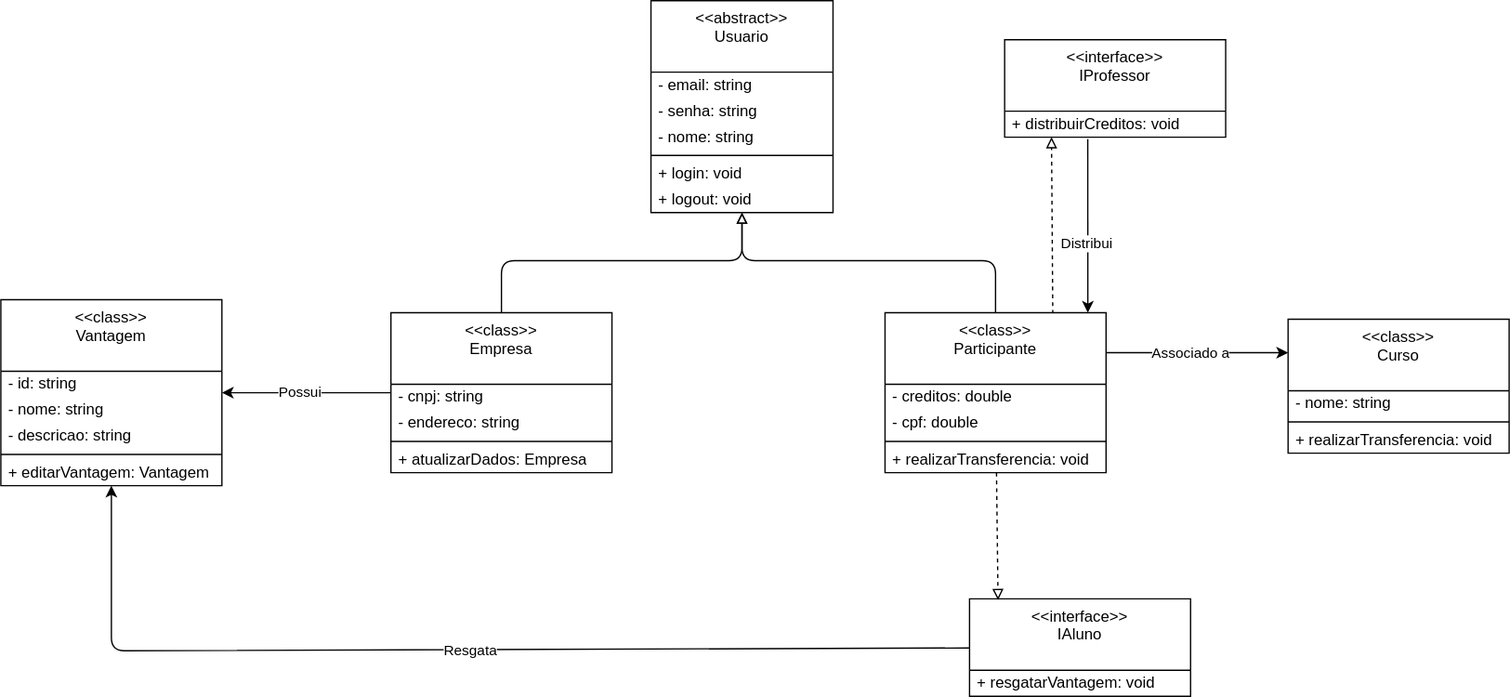
Above: projeto/DiagramaDeClasse.drawio.svg in marcosffp/Sistema-Merito-Digital (draw.io), before the change. Source tidied: cells renumbered, new cells last; positions are measured from the earlier drawing's top-left corner, leaving out a move shared by most shapes.
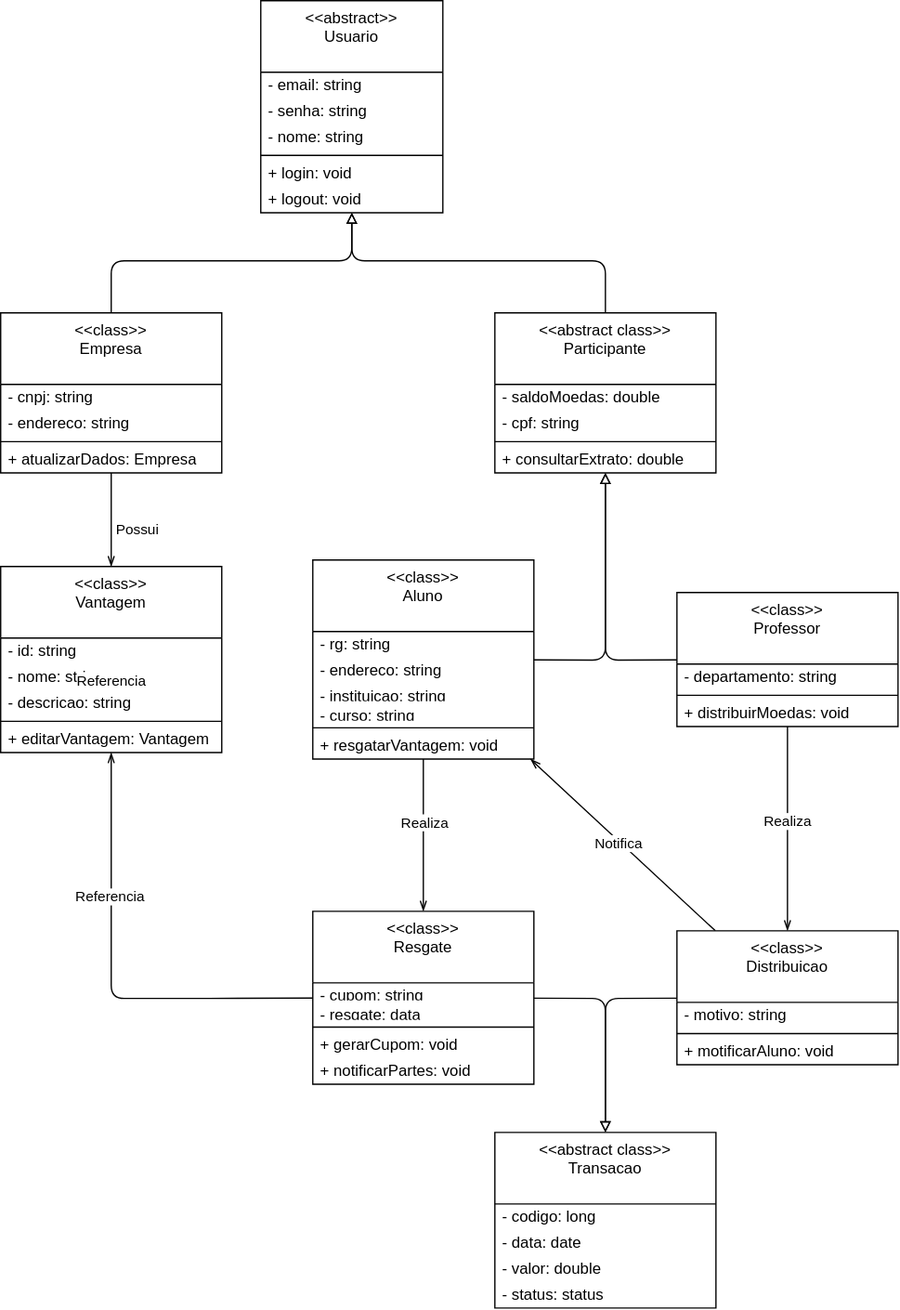
Later version of the same file.

Commit message:
Fixing Aluno and Professor relationship in Class Diagram

The edit, as a diff of the source:
```diff
@@ -23,7 +23,7 @@
     <mxCell id="8" value="+ logout: void" style="text;html=1;strokeColor=none;fillColor=none;align=left;verticalAlign=middle;spacingLeft=4;spacingRight=4;overflow=hidden;whiteSpace=wrap;" parent="2" vertex="1">
       <mxGeometry y="143" width="140" height="20" as="geometry" />
     </mxCell>
-    <mxCell id="9" style="edgeStyle=none;html=1;" parent="1" edge="1" source="12" target="17">
+    <mxCell id="9" style="edgeStyle=none;html=1;endArrow=openThin;endFill=0;" parent="1" edge="1" source="12" target="17">
       <mxGeometry relative="1" as="geometry" />
     </mxCell>
     <mxCell id="10" value="Possui" style="edgeLabel;html=1;align=center;verticalAlign=middle;" parent="9" vertex="1">
@@ -55,7 +55,7 @@
       <mxGeometry y="103" width="170" height="20" as="geometry" />
     </mxCell>
     <mxCell id="17" value="&amp;lt;&amp;lt;class&amp;gt;&amp;gt;&lt;div&gt;Vantagem&lt;/div&gt;" style="swimlane;fontStyle=0;align=center;verticalAlign=top;horizontal=1;startSize=55;html=1;whiteSpace=wrap;" parent="1" vertex="1">
-      <mxGeometry y="230" width="170" height="143" as="geometry" />
+      <mxGeometry x="300" y="435" width="170" height="143" as="geometry" />
     </mxCell>
     <mxCell id="18" value="- id: string" style="text;html=1;strokeColor=none;fillColor=none;align=left;verticalAlign=middle;spacingLeft=4;spacingRight=4;overflow=hidden;whiteSpace=wrap;" parent="17" vertex="1">
       <mxGeometry y="55" width="170" height="20" as="geometry" />
@@ -80,76 +80,162 @@
         </Array>
       </mxGeometry>
     </mxCell>
-    <mxCell id="24" style="edgeStyle=none;html=1;exitX=0.759;exitY=0.007;exitDx=0;exitDy=0;entryX=0.212;entryY=1;entryDx=0;entryDy=0;entryPerimeter=0;dashed=1;endArrow=block;endFill=0;exitPerimeter=0;" parent="1" edge="1" source="27" target="35">
-      <mxGeometry relative="1" as="geometry" />
-    </mxCell>
-    <mxCell id="25" style="edgeStyle=none;html=1;exitX=1;exitY=0.25;exitDx=0;exitDy=0;entryX=0;entryY=0.25;entryDx=0;entryDy=0;" parent="1" edge="1" source="27" target="36">
-      <mxGeometry relative="1" as="geometry" />
-    </mxCell>
-    <mxCell id="26" value="Associado a" style="edgeLabel;html=1;align=center;verticalAlign=middle;" parent="25" vertex="1">
-      <mxGeometry x="-0.07" y="-2" relative="1" as="geometry">
-        <mxPoint y="-2" as="offset" />
-      </mxGeometry>
-    </mxCell>
-    <mxCell id="27" value="&amp;lt;&amp;lt;class&amp;gt;&amp;gt;&lt;div&gt;Participante&lt;/div&gt;" style="swimlane;fontStyle=0;align=center;verticalAlign=top;horizontal=1;startSize=55;html=1;whiteSpace=wrap;" parent="1" vertex="1">
+    <mxCell id="27" value="&amp;lt;&amp;lt;abstract class&amp;gt;&amp;gt;&lt;div&gt;Participante&lt;/div&gt;" style="swimlane;fontStyle=0;align=center;verticalAlign=top;horizontal=1;startSize=55;html=1;whiteSpace=wrap;" parent="1" vertex="1">
       <mxGeometry x="680" y="240" width="170" height="123" as="geometry" />
     </mxCell>
-    <mxCell id="28" value="- creditos: double" style="text;html=1;strokeColor=none;fillColor=none;align=left;verticalAlign=middle;spacingLeft=4;spacingRight=4;overflow=hidden;whiteSpace=wrap;" parent="27" vertex="1">
+    <mxCell id="28" value="- saldoMoedas: double" style="text;html=1;strokeColor=none;fillColor=none;align=left;verticalAlign=middle;spacingLeft=4;spacingRight=4;overflow=hidden;whiteSpace=wrap;" parent="27" vertex="1">
       <mxGeometry y="55" width="170" height="20" as="geometry" />
     </mxCell>
-    <mxCell id="29" value="- cpf: double" style="text;html=1;strokeColor=none;fillColor=none;align=left;verticalAlign=middle;spacingLeft=4;spacingRight=4;overflow=hidden;whiteSpace=wrap;" parent="27" vertex="1">
+    <mxCell id="29" value="- cpf: string" style="text;html=1;strokeColor=none;fillColor=none;align=left;verticalAlign=middle;spacingLeft=4;spacingRight=4;overflow=hidden;whiteSpace=wrap;" parent="27" vertex="1">
       <mxGeometry y="75" width="170" height="20" as="geometry" />
     </mxCell>
     <mxCell id="30" style="line;strokeWidth=1;fillColor=none;align=left;verticalAlign=middle;spacingTop=-1;spacingLeft=3;spacingRight=3;labelPosition=right;" parent="27" vertex="1">
       <mxGeometry y="95" width="170" height="8" as="geometry" />
     </mxCell>
-    <mxCell id="31" value="+ realizarTransferencia: void" style="text;html=1;strokeColor=none;fillColor=none;align=left;verticalAlign=middle;spacingLeft=4;spacingRight=4;overflow=hidden;whiteSpace=wrap;" parent="27" vertex="1">
-      <mxGeometry y="103" width="170" height="20" as="geometry" />
-    </mxCell>
-    <mxCell id="32" style="edgeStyle=none;html=1;entryX=1;entryY=0;entryDx=0;entryDy=0;exitX=0.376;exitY=1.076;exitDx=0;exitDy=0;exitPerimeter=0;" parent="1" edge="1" source="35">
-      <mxGeometry relative="1" as="geometry">
-        <mxPoint x="836" y="240" as="targetPoint" />
-      </mxGeometry>
-    </mxCell>
-    <mxCell id="33" value="Distribui" style="edgeLabel;html=1;align=center;verticalAlign=middle;" parent="32" vertex="1">
-      <mxGeometry x="0.2" y="-1" relative="1" as="geometry" />
-    </mxCell>
-    <mxCell id="34" value="&amp;lt;&amp;lt;interface&amp;gt;&amp;gt;&lt;div&gt;IProfessor&lt;/div&gt;" style="swimlane;fontStyle=0;align=center;verticalAlign=top;horizontal=1;startSize=55;html=1;whiteSpace=wrap;" parent="1" vertex="1">
-      <mxGeometry x="772" y="30" width="170" height="75" as="geometry" />
-    </mxCell>
-    <mxCell id="35" value="+ distribuirCreditos: void" style="text;html=1;strokeColor=none;fillColor=none;align=left;verticalAlign=middle;spacingLeft=4;spacingRight=4;overflow=hidden;points=[[0,0.5],[1,0.5]];portConstraint=eastwest;whiteSpace=wrap;" parent="34" vertex="1">
-      <mxGeometry y="55" width="170" height="20" as="geometry" />
-    </mxCell>
-    <mxCell id="36" value="&amp;lt;&amp;lt;class&amp;gt;&amp;gt;&lt;div&gt;Curso&lt;/div&gt;" style="swimlane;fontStyle=0;align=center;verticalAlign=top;horizontal=1;startSize=55;html=1;whiteSpace=wrap;" parent="1" vertex="1">
-      <mxGeometry x="990" y="245" width="170" height="103" as="geometry" />
-    </mxCell>
-    <mxCell id="37" value="- nome: string" style="text;html=1;strokeColor=none;fillColor=none;align=left;verticalAlign=middle;spacingLeft=4;spacingRight=4;overflow=hidden;whiteSpace=wrap;" parent="36" vertex="1">
-      <mxGeometry y="55" width="170" height="20" as="geometry" />
-    </mxCell>
-    <mxCell id="38" style="line;strokeWidth=1;fillColor=none;align=left;verticalAlign=middle;spacingTop=-1;spacingLeft=3;spacingRight=3;labelPosition=right;" parent="36" vertex="1">
-      <mxGeometry y="75" width="170" height="8" as="geometry" />
-    </mxCell>
-    <mxCell id="39" value="+ realizarTransferencia: void" style="text;html=1;strokeColor=none;fillColor=none;align=left;verticalAlign=middle;spacingLeft=4;spacingRight=4;overflow=hidden;whiteSpace=wrap;" parent="36" vertex="1">
-      <mxGeometry y="83" width="170" height="20" as="geometry" />
-    </mxCell>
-    <mxCell id="40" style="edgeStyle=none;html=1;" parent="1" edge="1" source="42" target="17">
-      <mxGeometry relative="1" as="geometry">
-        <Array as="points">
-          <mxPoint x="85" y="500" />
-        </Array>
-      </mxGeometry>
-    </mxCell>
+    <mxCell id="45" value="+ consultarExtrato: double" style="text;html=1;strokeColor=none;fillColor=none;align=left;verticalAlign=middle;spacingLeft=4;spacingRight=4;overflow=hidden;whiteSpace=wrap;" parent="27" vertex="1">
+      <mxGeometry y="103" width="170" height="20" as="geometry" />
+    </mxCell>
+    <mxCell id="46" style="edgeStyle=none;html=1;endArrow=block;endFill=0;" parent="1" edge="1" source="41" target="27">
+      <mxGeometry relative="1" as="geometry">
+        <Array as="points">
+          <mxPoint x="765" y="507" />
+        </Array>
+      </mxGeometry>
+    </mxCell>
+    <mxCell id="47" style="edgeStyle=none;html=1;endArrow=openThin;endFill=0;" parent="1" edge="1" source="41" target="74">
+      <mxGeometry relative="1" as="geometry" />
+    </mxCell>
+    <mxCell id="48" value="Realiza" style="edgeLabel;html=1;align=center;verticalAlign=middle;" parent="47" vertex="1">
+      <mxGeometry x="-0.16" y="1" relative="1" as="geometry" />
+    </mxCell>
-    <mxCell id="41" value="Resgata" style="edgeLabel;html=1;align=center;verticalAlign=middle;points=[];" parent="40" vertex="1">
-      <mxGeometry x="-0.02" y="1" relative="1" as="geometry" />
+    <mxCell id="41" value="&amp;lt;&amp;lt;class&amp;gt;&amp;gt;&lt;div&gt;Aluno&lt;/div&gt;" style="swimlane;fontStyle=0;align=center;verticalAlign=top;horizontal=1;startSize=55;html=1;whiteSpace=wrap;" parent="1" vertex="1">
+      <mxGeometry x="540" y="430" width="170" height="153" as="geometry" />
     </mxCell>
-    <mxCell id="42" value="&amp;lt;&amp;lt;interface&amp;gt;&amp;gt;&lt;div&gt;IAluno&lt;/div&gt;" style="swimlane;fontStyle=0;align=center;verticalAlign=top;horizontal=1;startSize=55;html=1;whiteSpace=wrap;" parent="1" vertex="1">
-      <mxGeometry x="745" y="460" width="170" height="75" as="geometry" />
-    </mxCell>
+    <mxCell id="49" value="- rg: string" style="text;html=1;strokeColor=none;fillColor=none;align=left;verticalAlign=middle;spacingLeft=4;spacingRight=4;overflow=hidden;whiteSpace=wrap;" parent="41" vertex="1">
+      <mxGeometry y="55" width="170" height="20" as="geometry" />
+    </mxCell>
+    <mxCell id="50" value="- endereco: string" style="text;html=1;strokeColor=none;fillColor=none;align=left;verticalAlign=middle;spacingLeft=4;spacingRight=4;overflow=hidden;whiteSpace=wrap;" parent="41" vertex="1">
+      <mxGeometry y="75" width="170" height="20" as="geometry" />
+    </mxCell>
+    <mxCell id="51" value="- instituicao: string" style="text;html=1;strokeColor=none;fillColor=none;align=left;verticalAlign=middle;spacingLeft=4;spacingRight=4;overflow=hidden;whiteSpace=wrap;" parent="41" vertex="1">
+      <mxGeometry y="95" width="170" height="15" as="geometry" />
+    </mxCell>
+    <mxCell id="52" value="- curso: string" style="text;html=1;strokeColor=none;fillColor=none;align=left;verticalAlign=middle;spacingLeft=4;spacingRight=4;overflow=hidden;whiteSpace=wrap;" parent="41" vertex="1">
+      <mxGeometry y="110" width="170" height="15" as="geometry" />
+    </mxCell>
+    <mxCell id="53" style="line;strokeWidth=1;fillColor=none;align=left;verticalAlign=middle;spacingTop=-1;spacingLeft=3;spacingRight=3;labelPosition=right;" parent="41" vertex="1">
+      <mxGeometry y="125" width="170" height="8" as="geometry" />
+    </mxCell>
-    <mxCell id="43" value="+ resgatarVantagem: void" style="text;html=1;strokeColor=none;fillColor=none;align=left;verticalAlign=middle;spacingLeft=4;spacingRight=4;overflow=hidden;whiteSpace=wrap;" parent="42" vertex="1">
-      <mxGeometry y="55" width="170" height="20" as="geometry" />
+    <mxCell id="43" value="+ resgatarVantagem: void" style="text;html=1;strokeColor=none;fillColor=none;align=left;verticalAlign=middle;spacingLeft=4;spacingRight=4;overflow=hidden;whiteSpace=wrap;" parent="41" vertex="1">
+      <mxGeometry y="133" width="170" height="20" as="geometry" />
     </mxCell>
-    <mxCell id="44" style="edgeStyle=none;html=1;dashed=1;endArrow=block;endFill=0;entryX=0.129;entryY=0.013;entryDx=0;entryDy=0;entryPerimeter=0;" parent="1" edge="1" source="27" target="42">
-      <mxGeometry relative="1" as="geometry" />
-    </mxCell>
+    <mxCell id="54" style="edgeStyle=none;html=1;endArrow=block;endFill=0;" parent="1" edge="1" source="57" target="27">
+      <mxGeometry relative="1" as="geometry">
+        <Array as="points">
+          <mxPoint x="765" y="507" />
+        </Array>
+      </mxGeometry>
+    </mxCell>
+    <mxCell id="55" style="edgeStyle=none;html=1;endArrow=openThin;endFill=0;" parent="1" edge="1" source="57" target="69">
+      <mxGeometry relative="1" as="geometry" />
+    </mxCell>
+    <mxCell id="56" value="Realiza" style="edgeLabel;html=1;align=center;verticalAlign=middle;" parent="55" vertex="1">
+      <mxGeometry x="-0.08" relative="1" as="geometry" />
+    </mxCell>
+    <mxCell id="57" value="&amp;lt;&amp;lt;class&amp;gt;&amp;gt;&lt;div&gt;Professor&lt;/div&gt;" style="swimlane;fontStyle=0;align=center;verticalAlign=top;horizontal=1;startSize=55;html=1;whiteSpace=wrap;" parent="1" vertex="1">
+      <mxGeometry x="820" y="455" width="170" height="103" as="geometry" />
+    </mxCell>
+    <mxCell id="58" value="- departamento: string" style="text;html=1;strokeColor=none;fillColor=none;align=left;verticalAlign=middle;spacingLeft=4;spacingRight=4;overflow=hidden;whiteSpace=wrap;" parent="57" vertex="1">
+      <mxGeometry y="55" width="170" height="20" as="geometry" />
+    </mxCell>
+    <mxCell id="59" style="line;strokeWidth=1;fillColor=none;align=left;verticalAlign=middle;spacingTop=-1;spacingLeft=3;spacingRight=3;labelPosition=right;" parent="57" vertex="1">
+      <mxGeometry y="75" width="170" height="8" as="geometry" />
+    </mxCell>
+    <mxCell id="60" value="+ distribuirMoedas: void" style="text;html=1;strokeColor=none;fillColor=none;align=left;verticalAlign=middle;spacingLeft=4;spacingRight=4;overflow=hidden;whiteSpace=wrap;" parent="57" vertex="1">
+      <mxGeometry y="83" width="170" height="20" as="geometry" />
+    </mxCell>
+    <mxCell id="61" value="&amp;lt;&amp;lt;abstract class&amp;gt;&amp;gt;&lt;div&gt;Transacao&lt;/div&gt;" style="swimlane;fontStyle=0;align=center;verticalAlign=top;horizontal=1;startSize=55;html=1;whiteSpace=wrap;" parent="1" vertex="1">
+      <mxGeometry x="680" y="870" width="170" height="135" as="geometry" />
+    </mxCell>
+    <mxCell id="62" value="- codigo: long" style="text;html=1;strokeColor=none;fillColor=none;align=left;verticalAlign=middle;spacingLeft=4;spacingRight=4;overflow=hidden;whiteSpace=wrap;" parent="61" vertex="1">
+      <mxGeometry y="55" width="170" height="20" as="geometry" />
+    </mxCell>
+    <mxCell id="63" value="- data: date" style="text;html=1;strokeColor=none;fillColor=none;align=left;verticalAlign=middle;spacingLeft=4;spacingRight=4;overflow=hidden;whiteSpace=wrap;" parent="61" vertex="1">
+      <mxGeometry y="75" width="170" height="20" as="geometry" />
+    </mxCell>
+    <mxCell id="64" value="- valor: double" style="text;html=1;strokeColor=none;fillColor=none;align=left;verticalAlign=middle;spacingLeft=4;spacingRight=4;overflow=hidden;whiteSpace=wrap;" parent="61" vertex="1">
+      <mxGeometry y="95" width="170" height="20" as="geometry" />
+    </mxCell>
+    <mxCell id="65" value="- status: status" style="text;html=1;strokeColor=none;fillColor=none;align=left;verticalAlign=middle;spacingLeft=4;spacingRight=4;overflow=hidden;whiteSpace=wrap;" parent="61" vertex="1">
+      <mxGeometry y="115" width="170" height="20" as="geometry" />
+    </mxCell>
+    <mxCell id="66" style="edgeStyle=none;html=1;endArrow=block;endFill=0;" parent="1" edge="1" source="69" target="61">
+      <mxGeometry relative="1" as="geometry">
+        <Array as="points">
+          <mxPoint x="765" y="767" />
+        </Array>
+      </mxGeometry>
+    </mxCell>
+    <mxCell id="67" style="edgeStyle=none;html=1;endArrow=openThin;endFill=0;" parent="1" edge="1" source="69" target="41">
+      <mxGeometry relative="1" as="geometry" />
+    </mxCell>
+    <mxCell id="68" value="Notifica" style="edgeLabel;html=1;align=center;verticalAlign=middle;" parent="67" vertex="1">
+      <mxGeometry x="0.05" y="2" relative="1" as="geometry">
+        <mxPoint x="1" as="offset" />
+      </mxGeometry>
+    </mxCell>
+    <mxCell id="69" value="&amp;lt;&amp;lt;class&amp;gt;&amp;gt;&lt;div&gt;Distribuicao&lt;/div&gt;" style="swimlane;fontStyle=0;align=center;verticalAlign=top;horizontal=1;startSize=55;html=1;whiteSpace=wrap;" parent="1" vertex="1">
+      <mxGeometry x="820" y="715" width="170" height="103" as="geometry" />
+    </mxCell>
+    <mxCell id="70" value="- motivo: string" style="text;html=1;strokeColor=none;fillColor=none;align=left;verticalAlign=middle;spacingLeft=4;spacingRight=4;overflow=hidden;whiteSpace=wrap;" parent="69" vertex="1">
+      <mxGeometry y="55" width="170" height="20" as="geometry" />
+    </mxCell>
+    <mxCell id="71" style="line;strokeWidth=1;fillColor=none;align=left;verticalAlign=middle;spacingTop=-1;spacingLeft=3;spacingRight=3;labelPosition=right;" parent="69" vertex="1">
+      <mxGeometry y="75" width="170" height="8" as="geometry" />
+    </mxCell>
+    <mxCell id="72" value="+ motificarAluno: void" style="text;html=1;strokeColor=none;fillColor=none;align=left;verticalAlign=middle;spacingLeft=4;spacingRight=4;overflow=hidden;whiteSpace=wrap;" parent="69" vertex="1">
+      <mxGeometry y="83" width="170" height="20" as="geometry" />
+    </mxCell>
+    <mxCell id="73" style="edgeStyle=none;html=1;endArrow=block;endFill=0;" parent="1" edge="1" source="74" target="61">
+      <mxGeometry relative="1" as="geometry">
+        <Array as="points">
+          <mxPoint x="765" y="767" />
+        </Array>
+      </mxGeometry>
+    </mxCell>
+    <mxCell id="74" value="&amp;lt;&amp;lt;class&amp;gt;&amp;gt;&lt;div&gt;Resgate&lt;/div&gt;" style="swimlane;fontStyle=0;align=center;verticalAlign=top;horizontal=1;startSize=55;html=1;whiteSpace=wrap;" parent="1" vertex="1">
+      <mxGeometry x="540" y="700" width="170" height="133" as="geometry" />
+    </mxCell>
+    <mxCell id="75" value="- cupom: string" style="text;html=1;strokeColor=none;fillColor=none;align=left;verticalAlign=middle;spacingLeft=4;spacingRight=4;overflow=hidden;whiteSpace=wrap;" parent="74" vertex="1">
+      <mxGeometry y="55" width="170" height="15" as="geometry" />
+    </mxCell>
+    <mxCell id="76" value="- resgate: data" style="text;html=1;strokeColor=none;fillColor=none;align=left;verticalAlign=middle;spacingLeft=4;spacingRight=4;overflow=hidden;whiteSpace=wrap;" parent="74" vertex="1">
+      <mxGeometry y="70" width="170" height="15" as="geometry" />
+    </mxCell>
+    <mxCell id="77" style="line;strokeWidth=1;fillColor=none;align=left;verticalAlign=middle;spacingTop=-1;spacingLeft=3;spacingRight=3;labelPosition=right;" parent="74" vertex="1">
+      <mxGeometry y="85" width="170" height="8" as="geometry" />
+    </mxCell>
+    <mxCell id="78" value="+ gerarCupom: void" style="text;html=1;strokeColor=none;fillColor=none;align=left;verticalAlign=middle;spacingLeft=4;spacingRight=4;overflow=hidden;whiteSpace=wrap;" parent="74" vertex="1">
+      <mxGeometry y="93" width="170" height="20" as="geometry" />
+    </mxCell>
+    <mxCell id="79" value="+ notificarPartes: void" style="text;html=1;strokeColor=none;fillColor=none;align=left;verticalAlign=middle;spacingLeft=4;spacingRight=4;overflow=hidden;whiteSpace=wrap;" parent="74" vertex="1">
+      <mxGeometry y="113" width="170" height="20" as="geometry" />
+    </mxCell>
+    <mxCell id="80" style="edgeStyle=none;html=1;endArrow=openThin;endFill=0;" parent="1" edge="1" source="74" target="17">
+      <mxGeometry relative="1" as="geometry">
+        <Array as="points">
+          <mxPoint x="450" y="767" />
+          <mxPoint x="385" y="767" />
+        </Array>
+      </mxGeometry>
+    </mxCell>
+    <mxCell id="81" value="Referencia" style="edgeLabel;html=1;align=center;verticalAlign=middle;" parent="80" vertex="1">
+      <mxGeometry x="0.29" y="1" relative="1" as="geometry">
+        <mxPoint x="1" y="-177" as="offset" />
+      </mxGeometry>
+    </mxCell>
+    <mxCell id="82" value="Referencia" style="edgeLabel;html=1;align=center;verticalAlign=middle;" parent="80" vertex="1">
+      <mxGeometry x="0.36" y="1" relative="1" as="geometry" />
+    </mxCell>
   </root>
 </mxGraphModel>
```
